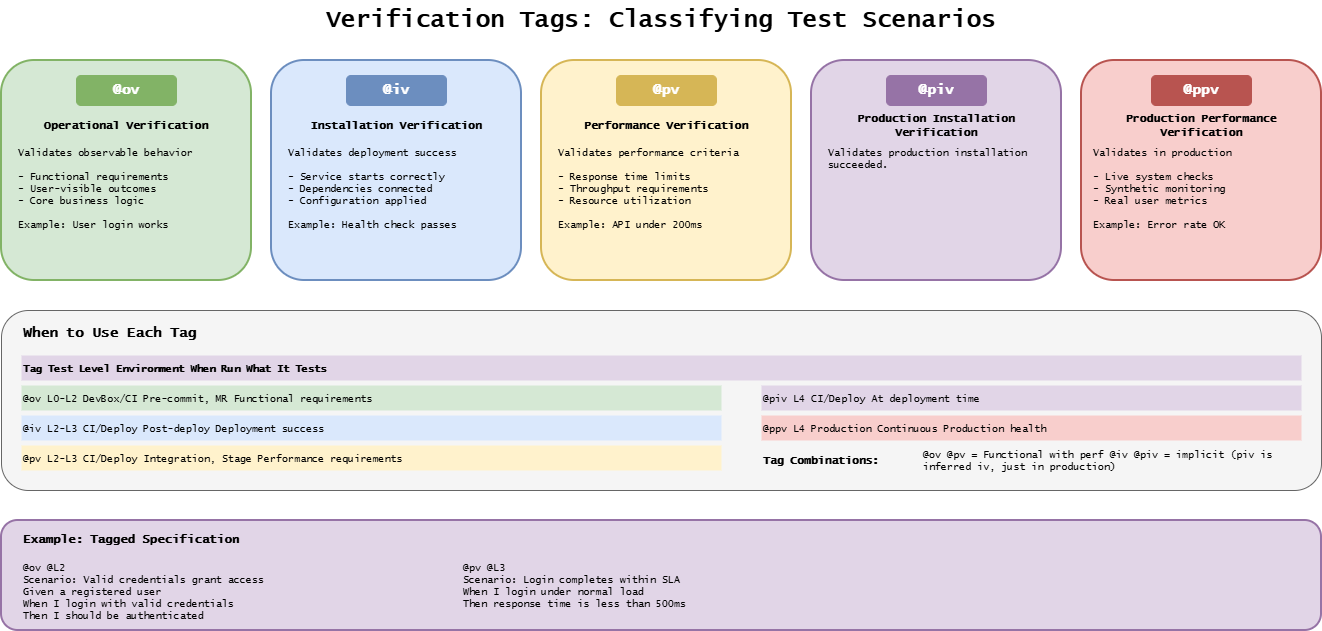
This is docs/assets/assisted/18-verification-tags-taxonomy.drawio.png from ready-to-release/eac, a draw.io export, as it was before one commit. Source tidied: cells renumbered, new cells last; positions are measured from the earlier drawing's top-left corner, leaving out a move shared by most shapes. The source it was exported from:
```xml
<mxGraphModel background="#ffffff">
  <root>
    <mxCell id="0" />
    <mxCell id="1" parent="0" />
    <mxCell id="2" value="Verification Tags: Classifying Test Scenarios" style="text;html=1;strokeColor=none;fillColor=none;align=center;verticalAlign=middle;whiteSpace=wrap;rounded=0;fontFamily=Lucida Console;fontStyle=1;fontSize=24;" parent="1" vertex="1">
      <mxGeometry x="310" width="700" height="40" as="geometry" />
    </mxCell>
    <mxCell id="3" style="rounded=1;whiteSpace=wrap;html=1;fillColor=#d5e8d4;strokeColor=#82b366;strokeWidth=2;" parent="1" vertex="1">
      <mxGeometry y="60" width="250" height="220" as="geometry" />
    </mxCell>
    <mxCell id="4" value="@ov" style="rounded=1;whiteSpace=wrap;html=1;fillColor=#82b366;strokeColor=#82b366;fontFamily=Lucida Console;fontStyle=1;fontSize=14;fontColor=#ffffff;" parent="1" vertex="1">
      <mxGeometry x="75" y="75" width="100" height="30" as="geometry" />
    </mxCell>
    <mxCell id="5" value="Operational Verification" style="text;html=1;strokeColor=none;fillColor=none;align=center;verticalAlign=middle;whiteSpace=wrap;rounded=0;fontFamily=Lucida Console;fontStyle=1;fontSize=11;" parent="1" vertex="1">
      <mxGeometry x="15" y="115" width="220" height="20" as="geometry" />
    </mxCell>
    <mxCell id="6" value="Validates observable behavior&#10;&#10;- Functional requirements&#10;- User-visible outcomes&#10;- Core business logic&#10;&#10;Example: User login works" style="text;html=1;strokeColor=none;fillColor=none;align=left;verticalAlign=top;whiteSpace=wrap;rounded=0;fontFamily=Lucida Console;fontSize=10;" parent="1" vertex="1">
      <mxGeometry x="15" y="140" width="220" height="130" as="geometry" />
    </mxCell>
    <mxCell id="7" style="rounded=1;whiteSpace=wrap;html=1;fillColor=#dae8fc;strokeColor=#6c8ebf;strokeWidth=2;" parent="1" vertex="1">
      <mxGeometry x="270" y="60" width="250" height="220" as="geometry" />
    </mxCell>
    <mxCell id="8" value="@iv" style="rounded=1;whiteSpace=wrap;html=1;fillColor=#6c8ebf;strokeColor=#6c8ebf;fontFamily=Lucida Console;fontStyle=1;fontSize=14;fontColor=#ffffff;" parent="1" vertex="1">
      <mxGeometry x="345" y="75" width="100" height="30" as="geometry" />
    </mxCell>
    <mxCell id="9" value="Installation Verification" style="text;html=1;strokeColor=none;fillColor=none;align=center;verticalAlign=middle;whiteSpace=wrap;rounded=0;fontFamily=Lucida Console;fontStyle=1;fontSize=11;" parent="1" vertex="1">
      <mxGeometry x="285" y="115" width="220" height="20" as="geometry" />
    </mxCell>
    <mxCell id="10" value="Validates deployment success&#10;&#10;- Service starts correctly&#10;- Dependencies connected&#10;- Configuration applied&#10;&#10;Example: Health check passes" style="text;html=1;strokeColor=none;fillColor=none;align=left;verticalAlign=top;whiteSpace=wrap;rounded=0;fontFamily=Lucida Console;fontSize=10;" parent="1" vertex="1">
      <mxGeometry x="285" y="140" width="220" height="130" as="geometry" />
    </mxCell>
    <mxCell id="11" style="rounded=1;whiteSpace=wrap;html=1;fillColor=#fff2cc;strokeColor=#d6b656;strokeWidth=2;" parent="1" vertex="1">
      <mxGeometry x="540" y="60" width="250" height="220" as="geometry" />
    </mxCell>
    <mxCell id="12" value="@pv" style="rounded=1;whiteSpace=wrap;html=1;fillColor=#d6b656;strokeColor=#d6b656;fontFamily=Lucida Console;fontStyle=1;fontSize=14;fontColor=#ffffff;" parent="1" vertex="1">
      <mxGeometry x="615" y="75" width="100" height="30" as="geometry" />
    </mxCell>
    <mxCell id="13" value="Performance Verification" style="text;html=1;strokeColor=none;fillColor=none;align=center;verticalAlign=middle;whiteSpace=wrap;rounded=0;fontFamily=Lucida Console;fontStyle=1;fontSize=11;" parent="1" vertex="1">
      <mxGeometry x="555" y="115" width="220" height="20" as="geometry" />
    </mxCell>
    <mxCell id="14" value="Validates performance criteria&#10;&#10;- Response time limits&#10;- Throughput requirements&#10;- Resource utilization&#10;&#10;Example: API under 200ms" style="text;html=1;strokeColor=none;fillColor=none;align=left;verticalAlign=top;whiteSpace=wrap;rounded=0;fontFamily=Lucida Console;fontSize=10;" parent="1" vertex="1">
      <mxGeometry x="555" y="140" width="220" height="130" as="geometry" />
    </mxCell>
    <mxCell id="15" style="rounded=1;whiteSpace=wrap;html=1;fillColor=#e1d5e7;strokeColor=#9673a6;strokeWidth=2;" parent="1" vertex="1">
      <mxGeometry x="810" y="60" width="250" height="220" as="geometry" />
    </mxCell>
    <mxCell id="16" value="@piv" style="rounded=1;whiteSpace=wrap;html=1;fillColor=#9673a6;strokeColor=#9673a6;fontFamily=Lucida Console;fontStyle=1;fontSize=14;fontColor=#ffffff;" parent="1" vertex="1">
      <mxGeometry x="885" y="75" width="100" height="30" as="geometry" />
    </mxCell>
    <mxCell id="17" value="Production Installation Verification" style="text;html=1;strokeColor=none;fillColor=none;align=center;verticalAlign=middle;whiteSpace=wrap;rounded=0;fontFamily=Lucida Console;fontStyle=1;fontSize=11;" parent="1" vertex="1">
      <mxGeometry x="825" y="115" width="220" height="20" as="geometry" />
    </mxCell>
    <mxCell id="18" value="Validates production installation succeeded." style="text;html=1;strokeColor=none;fillColor=none;align=left;verticalAlign=top;whiteSpace=wrap;rounded=0;fontFamily=Lucida Console;fontSize=10;" parent="1" vertex="1">
      <mxGeometry x="825" y="140" width="220" height="130" as="geometry" />
    </mxCell>
    <mxCell id="19" style="rounded=1;whiteSpace=wrap;html=1;fillColor=#f8cecc;strokeColor=#b85450;strokeWidth=2;" parent="1" vertex="1">
      <mxGeometry x="1080" y="60" width="240" height="220" as="geometry" />
    </mxCell>
    <mxCell id="20" value="@ppv" style="rounded=1;whiteSpace=wrap;html=1;fillColor=#b85450;strokeColor=#b85450;fontFamily=Lucida Console;fontStyle=1;fontSize=14;fontColor=#ffffff;" parent="1" vertex="1">
      <mxGeometry x="1150" y="75" width="100" height="30" as="geometry" />
    </mxCell>
    <mxCell id="21" value="Production Performance Verification" style="text;html=1;strokeColor=none;fillColor=none;align=center;verticalAlign=middle;whiteSpace=wrap;rounded=0;fontFamily=Lucida Console;fontStyle=1;fontSize=11;" parent="1" vertex="1">
      <mxGeometry x="1090" y="115" width="220" height="20" as="geometry" />
    </mxCell>
    <mxCell id="22" value="Validates in production&#10;&#10;- Live system checks&#10;- Synthetic monitoring&#10;- Real user metrics&#10;&#10;Example: Error rate OK" style="text;html=1;strokeColor=none;fillColor=none;align=left;verticalAlign=top;whiteSpace=wrap;rounded=0;fontFamily=Lucida Console;fontSize=10;" parent="1" vertex="1">
      <mxGeometry x="1090" y="140" width="210" height="130" as="geometry" />
    </mxCell>
    <mxCell id="23" style="rounded=1;whiteSpace=wrap;html=1;fillColor=#f5f5f5;strokeColor=#666666;strokeWidth=1;" parent="1" vertex="1">
      <mxGeometry y="310" width="1320" height="180" as="geometry" />
    </mxCell>
    <mxCell id="24" value="When to Use Each Tag" style="text;html=1;strokeColor=none;fillColor=none;align=left;verticalAlign=middle;whiteSpace=wrap;rounded=0;fontFamily=Lucida Console;fontStyle=1;fontSize=14;" parent="1" vertex="1">
      <mxGeometry x="20" y="320" width="250" height="25" as="geometry" />
    </mxCell>
    <mxCell id="25" value="Tag      Test Level    Environment      When Run            What It Tests" style="text;html=1;strokeColor=none;fillColor=#e1d5e7;align=left;verticalAlign=middle;whiteSpace=wrap;rounded=0;fontFamily=Lucida Console;fontStyle=1;fontSize=10;" parent="1" vertex="1">
      <mxGeometry x="20" y="355" width="1280" height="25" as="geometry" />
    </mxCell>
    <mxCell id="26" value="@ov     L0-L2         DevBox/CI        Pre-commit, MR      Functional requirements" style="text;html=1;strokeColor=none;fillColor=#d5e8d4;align=left;verticalAlign=middle;whiteSpace=wrap;rounded=0;fontFamily=Lucida Console;fontSize=10;" parent="1" vertex="1">
      <mxGeometry x="20" y="385" width="700" height="25" as="geometry" />
    </mxCell>
    <mxCell id="27" value="@iv     L2-L3         CI/Deploy        Post-deploy         Deployment success" style="text;html=1;strokeColor=none;fillColor=#dae8fc;align=left;verticalAlign=middle;whiteSpace=wrap;rounded=0;fontFamily=Lucida Console;fontSize=10;" parent="1" vertex="1">
      <mxGeometry x="20" y="415" width="700" height="25" as="geometry" />
    </mxCell>
    <mxCell id="28" value="@pv     L2-L3         CI/Deploy        Integration, Stage  Performance requirements" style="text;html=1;strokeColor=none;fillColor=#fff2cc;align=left;verticalAlign=middle;whiteSpace=wrap;rounded=0;fontFamily=Lucida Console;fontSize=10;" parent="1" vertex="1">
      <mxGeometry x="20" y="445" width="700" height="25" as="geometry" />
    </mxCell>
    <mxCell id="29" value="@piv L4 CI/Deploy At deployment time" style="text;html=1;strokeColor=none;fillColor=#e1d5e7;align=left;verticalAlign=middle;whiteSpace=wrap;rounded=0;fontFamily=Lucida Console;fontSize=10;" parent="1" vertex="1">
      <mxGeometry x="760" y="385" width="540" height="25" as="geometry" />
    </mxCell>
    <mxCell id="30" value="@ppv    L4           Production       Continuous          Production health" style="text;html=1;strokeColor=none;fillColor=#f8cecc;align=left;verticalAlign=middle;whiteSpace=wrap;rounded=0;fontFamily=Lucida Console;fontSize=10;" parent="1" vertex="1">
      <mxGeometry x="760" y="415" width="540" height="25" as="geometry" />
    </mxCell>
    <mxCell id="31" value="Tag Combinations:" style="text;html=1;strokeColor=none;fillColor=none;align=left;verticalAlign=middle;whiteSpace=wrap;rounded=0;fontFamily=Lucida Console;fontStyle=1;fontSize=11;" parent="1" vertex="1">
      <mxGeometry x="760" y="450" width="150" height="20" as="geometry" />
    </mxCell>
    <mxCell id="32" value="@ov @pv = Functional with perf    @iv @piv = implicit (piv is inferred iv, just in production)" style="text;html=1;strokeColor=none;fillColor=none;align=left;verticalAlign=middle;whiteSpace=wrap;rounded=0;fontFamily=Lucida Console;fontSize=10;" parent="1" vertex="1">
      <mxGeometry x="920" y="450" width="380" height="20" as="geometry" />
    </mxCell>
    <mxCell id="33" style="rounded=1;whiteSpace=wrap;html=1;fillColor=#e1d5e7;strokeColor=#9673a6;strokeWidth=2;" parent="1" vertex="1">
      <mxGeometry y="520" width="1320" height="110" as="geometry" />
    </mxCell>
    <mxCell id="34" value="Example: Tagged Specification" style="text;html=1;strokeColor=none;fillColor=none;align=left;verticalAlign=middle;whiteSpace=wrap;rounded=0;fontFamily=Lucida Console;fontStyle=1;fontSize=12;" parent="1" vertex="1">
      <mxGeometry x="20" y="530" width="300" height="20" as="geometry" />
    </mxCell>
    <mxCell id="35" value="@ov @L2&#10;Scenario: Valid credentials grant access&#10;  Given a registered user&#10;  When I login with valid credentials&#10;  Then I should be authenticated" style="text;html=1;strokeColor=none;fillColor=none;align=left;verticalAlign=top;whiteSpace=wrap;rounded=0;fontFamily=Lucida Console;fontSize=10;" parent="1" vertex="1">
      <mxGeometry x="20" y="555" width="400" height="70" as="geometry" />
    </mxCell>
    <mxCell id="36" value="@pv @L3&#10;Scenario: Login completes within SLA&#10;  When I login under normal load&#10;  Then response time is less than 500ms" style="text;html=1;strokeColor=none;fillColor=none;align=left;verticalAlign=top;whiteSpace=wrap;rounded=0;fontFamily=Lucida Console;fontSize=10;" parent="1" vertex="1">
      <mxGeometry x="460" y="555" width="350" height="70" as="geometry" />
    </mxCell>
  </root>
</mxGraphModel>
```
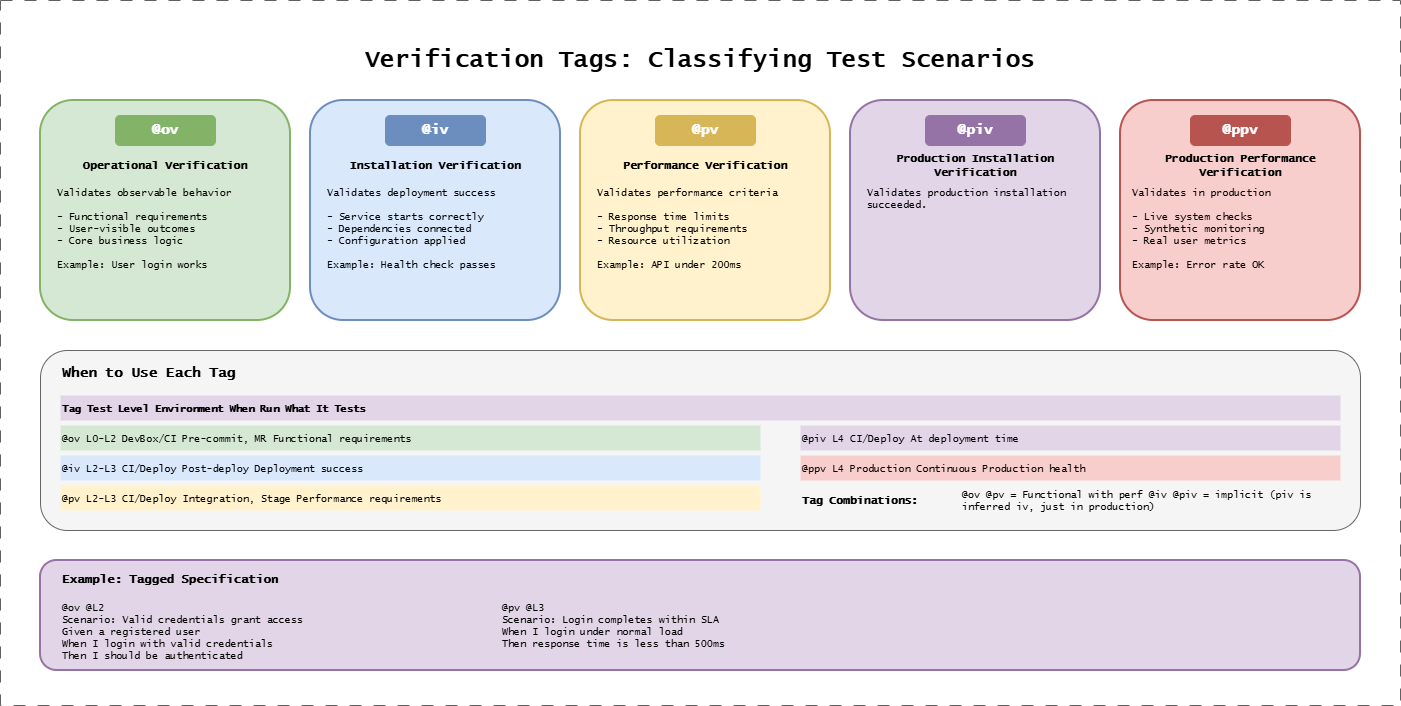
Later version of the same file.

What changed in the source:
```diff
@@ -107,5 +107,8 @@
     <mxCell id="36" value="@pv @L3&#10;Scenario: Login completes within SLA&#10;  When I login under normal load&#10;  Then response time is less than 500ms" style="text;html=1;strokeColor=none;fillColor=none;align=left;verticalAlign=top;whiteSpace=wrap;rounded=0;fontFamily=Lucida Console;fontSize=10;" parent="1" vertex="1">
       <mxGeometry x="460" y="555" width="350" height="70" as="geometry" />
     </mxCell>
+    <mxCell id="37" style="group;strokeColor=#616161;dashed=1;dashPattern=12 12;fontFamily=Lucida Console;fontSize=19;fontStyle=1;" parent="1" vertex="1">
+      <mxGeometry x="-40" y="-40" width="1400" height="705" as="geometry" />
+    </mxCell>
   </root>
 </mxGraphModel>
```
